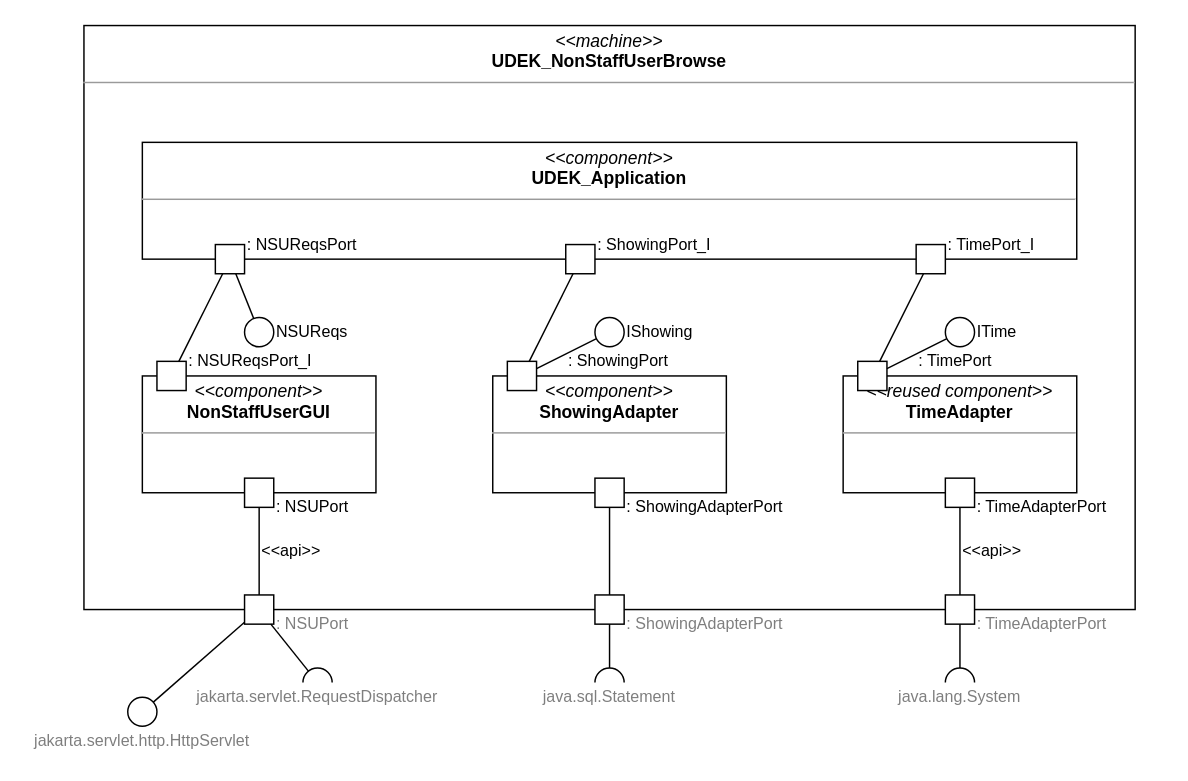
Before: page "Composite Structure" (1 of 3) of A08_composite_structure_diagram_NonStaffUserBrowse.drawio in melvdlin/swtlab, a draw.io diagram. Source tidied: cells renumbered, new cells numbered last; positions are measured from the earlier drawing's top-left corner, leaving out a move shared by most shapes. Both pictures are drawn from the tidied source at 146%, with x=0, y=0 at pixel (25, 25).
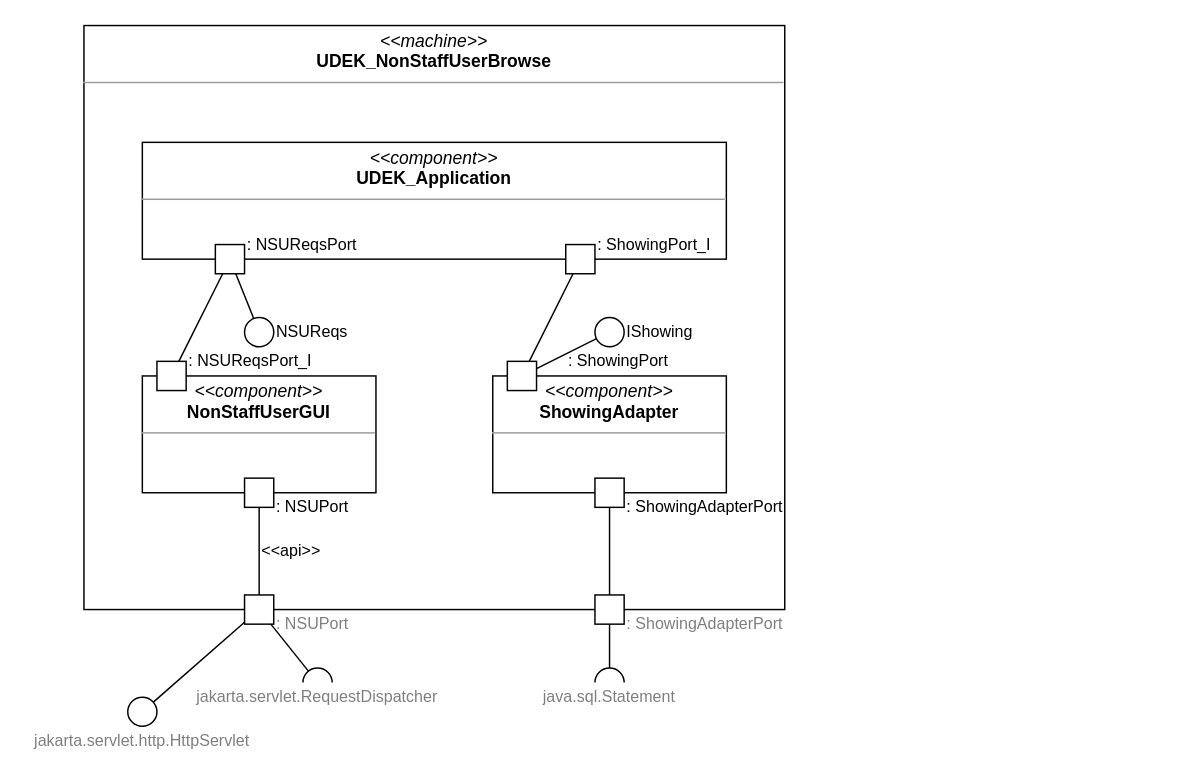
The same diagram, later.

Unchanged cells that the change refers to:
```xml
<mxCell id="6" style="group;" parent="1" vertex="1">
  <mxGeometry x="80" y="80" width="660" height="260" as="geometry" />
</mxCell>
<mxCell id="41" style="group;" parent="1" vertex="1">
  <mxGeometry y="390" width="730" height="110" as="geometry" />
</mxCell>
```

What changed in the source:
```diff
@@
     <mxCell id="2" value="&lt;p style=&quot;margin: 0px ; margin-top: 4px ; text-align: center&quot;&gt;&lt;i&gt;&amp;lt;&amp;lt;machine&amp;gt;&amp;gt;&lt;/i&gt;&lt;br&gt;&lt;b&gt;UDEK_NonStaffUserBrowse&lt;/b&gt;&lt;/p&gt;&lt;hr size=&quot;1&quot;&gt;&lt;p style=&quot;margin: 0px ; margin-left: 4px&quot;&gt;&lt;/p&gt;&lt;p style=&quot;margin: 0px ; margin-left: 4px&quot;&gt;&lt;br&gt;&lt;/p&gt;" style="verticalAlign=top;align=left;overflow=fill;fontSize=12;fontFamily=Helvetica;html=1;rounded=0;shadow=0;glass=0;comic=0;sketch=0;fontColor=default;gradientColor=none;" parent="1" vertex="1">
-      <mxGeometry x="40" width="720" height="400" as="geometry" />
+      <mxGeometry x="40" width="480" height="400" as="geometry" />
     </mxCell>
@@
-    <mxCell id="5" value="&amp;lt;&amp;lt;api&amp;gt;&amp;gt;" style="edgeStyle=none;shape=connector;rounded=0;jettySize=auto;html=1;labelBackgroundColor=default;fontFamily=Helvetica;fontSize=11;fontColor=default;endArrow=none;endFill=0;startSize=12;endSize=12;strokeColor=default;align=left;" parent="1" edge="1" source="37" target="55">
-      <mxGeometry relative="1" as="geometry" />
-    </mxCell>
@@
     <mxCell id="7" value="&lt;p style=&quot;margin: 0px ; margin-top: 4px ; text-align: center&quot;&gt;&lt;i&gt;&amp;lt;&amp;lt;component&amp;gt;&amp;gt;&lt;/i&gt;&lt;br&gt;&lt;b&gt;UDEK_Application&lt;/b&gt;&lt;/p&gt;&lt;hr size=&quot;1&quot;&gt;&lt;p style=&quot;margin: 0px ; margin-left: 4px&quot;&gt;&lt;/p&gt;&lt;p style=&quot;margin: 0px ; margin-left: 4px&quot;&gt;&lt;br&gt;&lt;/p&gt;" style="verticalAlign=top;align=left;overflow=fill;fontSize=12;fontFamily=Helvetica;html=1;rounded=0;shadow=0;glass=0;comic=0;sketch=0;fontColor=default;gradientColor=none;" parent="6" vertex="1">
-      <mxGeometry width="640" height="80" as="geometry" />
+      <mxGeometry width="400" height="80" as="geometry" />
     </mxCell>
@@
-    <mxCell id="30" value="ITime" style="text;html=1;strokeColor=none;fillColor=none;align=left;verticalAlign=middle;whiteSpace=wrap;rounded=0;fontFamily=Helvetica;fontSize=11;fontColor=default;" parent="6" vertex="1">
-      <mxGeometry x="570" y="120" width="100" height="20" as="geometry" />
-    </mxCell>
-    <mxCell id="31" value="&lt;p style=&quot;margin: 0px ; margin-top: 4px ; text-align: center&quot;&gt;&lt;i&gt;&amp;lt;&amp;lt;reused component&amp;gt;&amp;gt;&lt;/i&gt;&lt;br&gt;&lt;b&gt;TimeAdapter&lt;/b&gt;&lt;/p&gt;&lt;hr size=&quot;1&quot;&gt;&lt;p style=&quot;margin: 0px ; margin-left: 4px&quot;&gt;&lt;/p&gt;&lt;p style=&quot;margin: 0px ; margin-left: 4px&quot;&gt;&lt;br&gt;&lt;/p&gt;" style="verticalAlign=top;align=left;overflow=fill;fontSize=12;fontFamily=Helvetica;html=1;rounded=0;shadow=0;glass=0;comic=0;sketch=0;fontColor=default;gradientColor=none;" parent="6" vertex="1">
-      <mxGeometry x="480" y="160" width="160" height="80" as="geometry" />
-    </mxCell>
-    <mxCell id="32" style="whiteSpace=wrap;html=1;points=[];" parent="6" vertex="1">
-      <mxGeometry x="530" y="70" width="20" height="20" as="geometry" />
-    </mxCell>
-    <mxCell id="33" style="whiteSpace=wrap;html=1;points=[];" parent="6" vertex="1">
-      <mxGeometry x="490" y="150" width="20" height="20" as="geometry" />
-    </mxCell>
-    <mxCell id="34" style="edgeStyle=none;shape=connector;rounded=0;jettySize=auto;html=1;labelBackgroundColor=default;fontFamily=Helvetica;fontSize=11;fontColor=default;startArrow=none;startFill=0;endArrow=none;endFill=0;endSize=6;strokeColor=default;" parent="6" edge="1" source="33" target="32">
-      <mxGeometry relative="1" as="geometry" />
-    </mxCell>
-    <mxCell id="35" style="ellipse;whiteSpace=wrap;html=1;points=[];" parent="6" vertex="1">
-      <mxGeometry x="550" y="120" width="20" height="20" as="geometry" />
-    </mxCell>
-    <mxCell id="36" style="edgeStyle=none;shape=connector;rounded=0;jettySize=auto;html=1;labelBackgroundColor=default;fontFamily=Helvetica;fontSize=11;fontColor=default;startArrow=none;startFill=0;endArrow=none;endFill=0;endSize=6;strokeColor=default;" parent="6" edge="1" source="33" target="35">
-      <mxGeometry relative="1" as="geometry" />
-    </mxCell>
-    <mxCell id="37" style="whiteSpace=wrap;html=1;points=[];" parent="6" vertex="1">
-      <mxGeometry x="550" y="230" width="20" height="20" as="geometry" />
-    </mxCell>
-    <mxCell id="38" value=": TimePort_I" style="text;html=1;strokeColor=none;fillColor=none;align=left;verticalAlign=middle;whiteSpace=wrap;rounded=0;fontFamily=Helvetica;fontSize=11;fontColor=default;" parent="6" vertex="1">
-      <mxGeometry x="550" y="60" width="90" height="20" as="geometry" />
-    </mxCell>
-    <mxCell id="39" value=": TimePort" style="text;html=1;strokeColor=none;fillColor=none;align=left;verticalAlign=middle;whiteSpace=wrap;rounded=0;fontFamily=Helvetica;fontSize=11;fontColor=default;" parent="6" vertex="1">
-      <mxGeometry x="530" y="140" width="90" height="20" as="geometry" />
-    </mxCell>
-    <mxCell id="40" value=": TimeAdapterPort" style="text;html=1;strokeColor=none;fillColor=none;align=left;verticalAlign=middle;whiteSpace=wrap;rounded=0;fontFamily=Helvetica;fontSize=11;fontColor=default;" parent="6" vertex="1">
-      <mxGeometry x="570" y="240" width="130" height="20" as="geometry" />
-    </mxCell>
@@
-    <mxCell id="55" style="whiteSpace=wrap;html=1;points=[];" parent="41" vertex="1">
-      <mxGeometry x="630" width="20" height="20" as="geometry" />
-    </mxCell>
-    <mxCell id="56" style="verticalLabelPosition=bottom;verticalAlign=top;html=1;shape=mxgraph.basic.arc;startAngle=0.75;endAngle=0.25;fontFamily=Helvetica;fontSize=11;fontColor=default;perimeter=ellipsePerimeter;textOpacity=50;" parent="41" vertex="1">
-      <mxGeometry x="630" y="50" width="20" height="20" as="geometry" />
-    </mxCell>
-    <mxCell id="57" style="edgeStyle=none;shape=connector;rounded=0;jettySize=auto;html=1;labelBackgroundColor=none;fontFamily=Helvetica;fontSize=11;fontColor=default;startArrow=none;startFill=0;endArrow=none;endFill=0;endSize=6;strokeColor=default;" parent="41" edge="1" source="55" target="56">
-      <mxGeometry relative="1" as="geometry" />
-    </mxCell>
-    <mxCell id="58" value="java.lang.System" style="text;html=1;strokeColor=none;fillColor=none;align=center;verticalAlign=middle;whiteSpace=wrap;rounded=0;fontFamily=Helvetica;fontSize=11;fontColor=default;textOpacity=50;" parent="41" vertex="1">
-      <mxGeometry x="590" y="60" width="100" height="20" as="geometry" />
-    </mxCell>
-    <mxCell id="59" value=": TimeAdapterPort" style="text;html=1;strokeColor=none;fillColor=none;align=left;verticalAlign=middle;whiteSpace=wrap;rounded=0;fontFamily=Helvetica;fontSize=11;fontColor=default;textOpacity=50;" parent="41" vertex="1">
-      <mxGeometry x="650" y="10" width="120" height="20" as="geometry" />
-    </mxCell>
```
